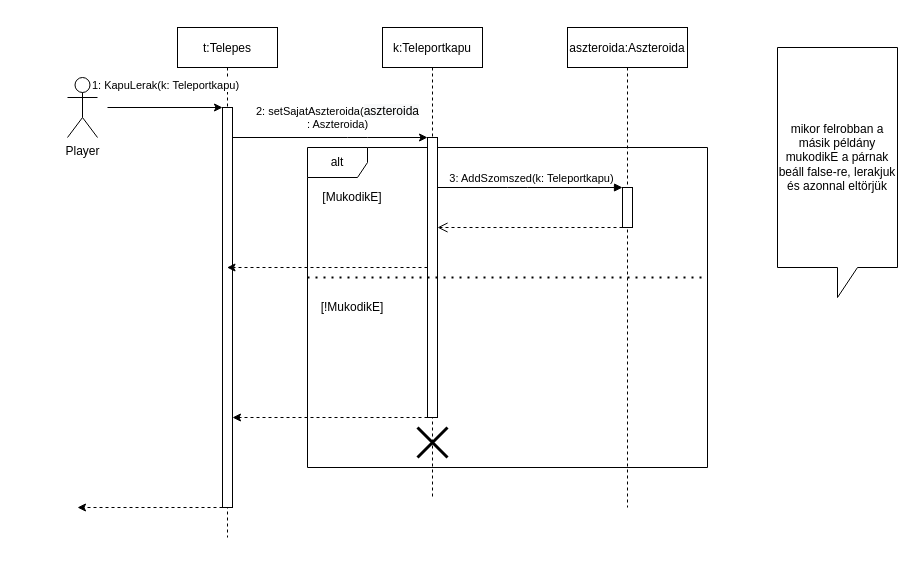
This is doc/uml/placeNyersanyag.drawio from torpeBoiGo/aszteroidabanyaszat, a draw.io file, before an edit. Source tidied: cells renumbered, new cells numbered last; positions are measured from the earlier drawing's top-left corner, leaving out a move shared by most shapes. Both pictures are drawn from the tidied source at 100%, with x=0, y=0 at pixel (67, 27).
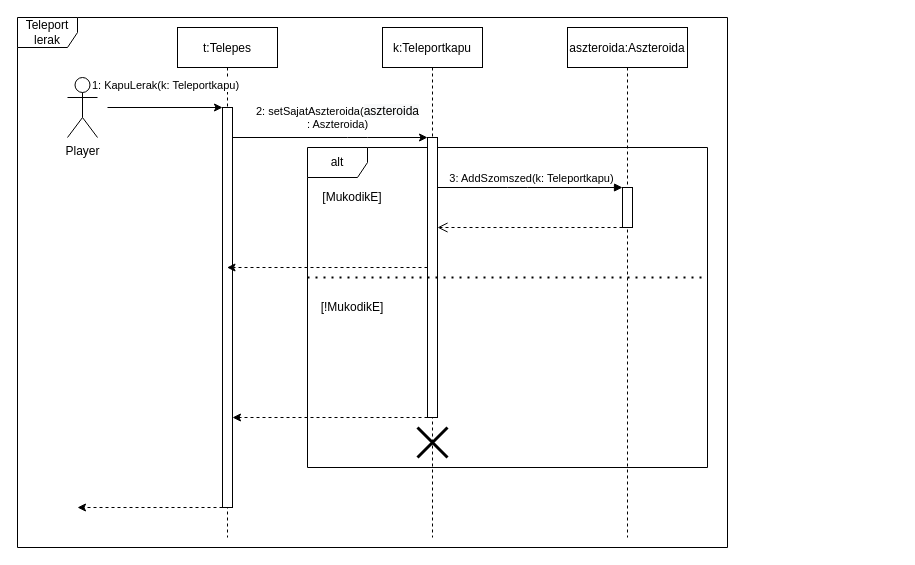
After the change.

Change to the diagram source:
```diff
@@
     <mxCell id="5" value="aszteroida:Aszteroida" style="shape=umlLifeline;perimeter=lifelinePerimeter;rounded=0;shadow=0;strokeWidth=1;" parent="1" vertex="1">
-      <mxGeometry x="500" width="120" height="480" as="geometry" />
+      <mxGeometry x="500" width="120" height="510" as="geometry" />
     </mxCell>
@@
     <mxCell id="9" value="k:Teleportkapu" style="shape=umlLifeline;perimeter=lifelinePerimeter;rounded=0;shadow=0;strokeWidth=1;" parent="1" vertex="1">
-      <mxGeometry x="315" width="100" height="470" as="geometry" />
+      <mxGeometry x="315" width="100" height="510" as="geometry" />
     </mxCell>
@@
-    <mxCell id="18" value="mikor felrobban a másik példány mukodikE a párnak beáll false-re, lerakjuk és azonnal eltörjük" style="shape=callout;whiteSpace=wrap;html=1;perimeter=calloutPerimeter;" parent="1" vertex="1">
-      <mxGeometry x="710" y="20" width="120" height="250" as="geometry" />
-    </mxCell>
@@
+    <mxCell id="22" value="Teleport lerak" style="shape=umlFrame;whiteSpace=wrap;html=1;" parent="1" vertex="1">
+      <mxGeometry x="-50" y="-10" width="710" height="530" as="geometry" />
+    </mxCell>
```
